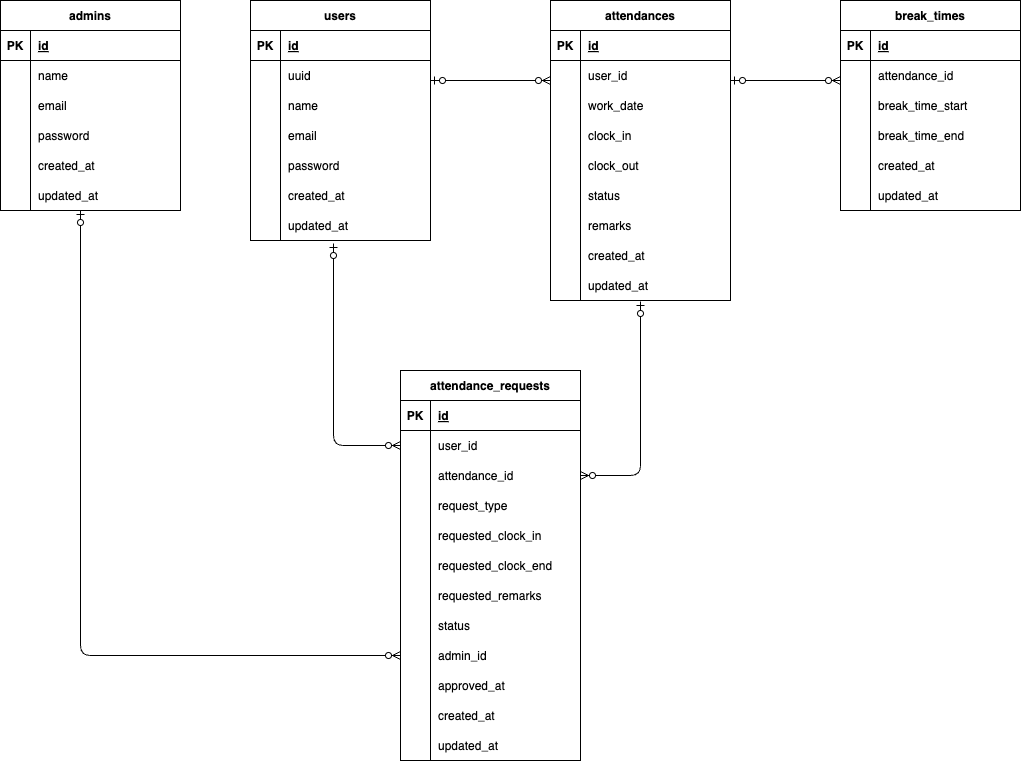
Above: .drawio.png in Koharu5810/time-log (draw.io), before the change. Source tidied: cells renumbered, new cells last; positions are measured from the earlier drawing's top-left corner, leaving out a move shared by most shapes.
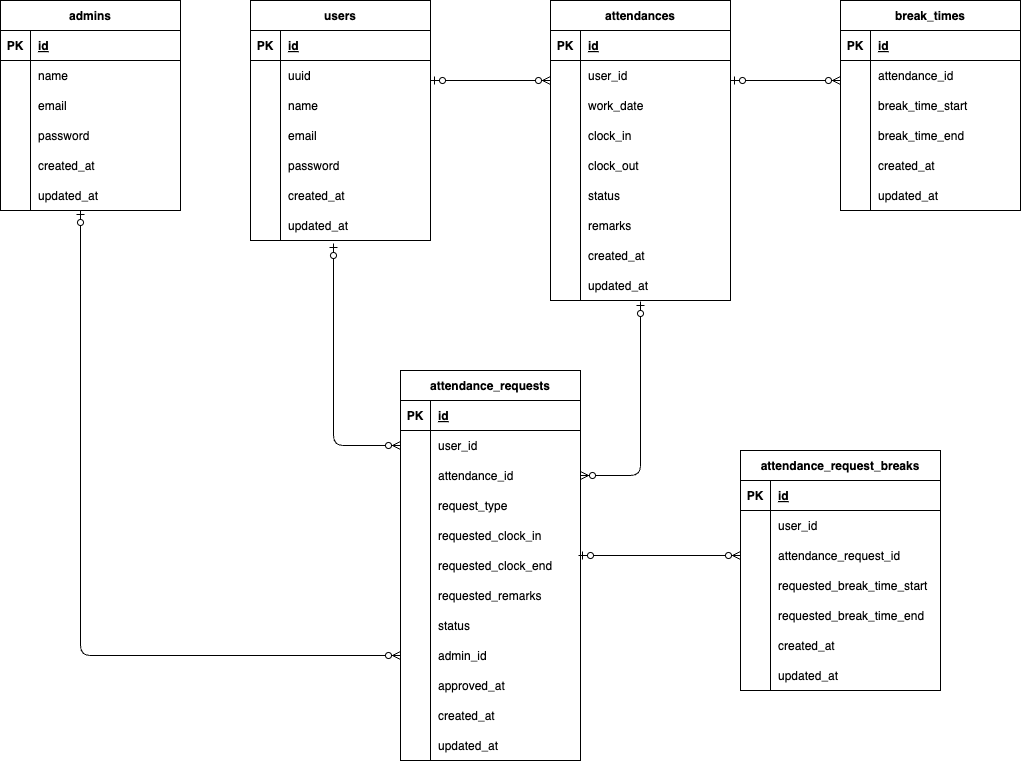
After the commit.

Change to the diagram source:
```diff
@@ -411,5 +411,76 @@
         </Array>
       </mxGeometry>
     </mxCell>
+    <mxCell id="132" value="attendance_request_breaks" style="shape=table;startSize=30;rowLines=0;fontStyle=1;align=center;" parent="1" vertex="1">
+      <mxGeometry x="740" y="450" width="200" height="240" as="geometry" />
+    </mxCell>
+    <mxCell id="133" style="shape=tableRow;horizontal=0;startSize=0;swimlaneHead=0;swimlaneBody=0;fillColor=none;top=0;left=0;right=0;bottom=1;" parent="132" vertex="1">
+      <mxGeometry y="30" width="200" height="30" as="geometry" />
+    </mxCell>
+    <mxCell id="134" value="PK" style="shape=partialRectangle;fillColor=none;top=0;left=0;bottom=0;right=0;fontStyle=1;overflow=hidden;" parent="133" vertex="1">
+      <mxGeometry width="30" height="30" as="geometry" />
+    </mxCell>
+    <mxCell id="135" value="id" style="shape=partialRectangle;fillColor=none;top=0;left=0;bottom=0;right=0;align=left;spacingLeft=6;fontStyle=5;overflow=hidden;" parent="133" vertex="1">
+      <mxGeometry x="30" width="170" height="30" as="geometry" />
+    </mxCell>
+    <mxCell id="136" style="shape=tableRow;horizontal=0;startSize=0;swimlaneHead=0;swimlaneBody=0;fillColor=none;top=0;left=0;right=0;bottom=0;" parent="132" vertex="1">
+      <mxGeometry y="60" width="200" height="30" as="geometry" />
+    </mxCell>
+    <mxCell id="137" style="shape=partialRectangle;fillColor=none;top=0;left=0;bottom=0;right=0;overflow=hidden;" parent="136" vertex="1">
+      <mxGeometry width="30" height="30" as="geometry" />
+    </mxCell>
+    <mxCell id="138" value="user_id" style="shape=partialRectangle;fillColor=none;top=0;left=0;bottom=0;right=0;align=left;spacingLeft=6;overflow=hidden;" parent="136" vertex="1">
+      <mxGeometry x="30" width="170" height="30" as="geometry" />
+    </mxCell>
+    <mxCell id="139" style="shape=tableRow;horizontal=0;startSize=0;swimlaneHead=0;swimlaneBody=0;fillColor=none;points=[[0,0.5],[1,0.5]];portConstraint=eastwest;top=0;left=0;right=0;bottom=0;" parent="132" vertex="1">
+      <mxGeometry y="90" width="200" height="30" as="geometry" />
+    </mxCell>
+    <mxCell id="140" style="shape=partialRectangle;fillColor=none;top=0;left=0;bottom=0;right=0;overflow=hidden;" parent="139" vertex="1">
+      <mxGeometry width="30" height="30" as="geometry" />
+    </mxCell>
+    <mxCell id="141" value="attendance_request_id" style="shape=partialRectangle;fillColor=none;top=0;left=0;bottom=0;right=0;align=left;spacingLeft=6;overflow=hidden;" parent="139" vertex="1">
+      <mxGeometry x="30" width="170" height="30" as="geometry" />
+    </mxCell>
+    <mxCell id="142" style="shape=tableRow;horizontal=0;startSize=0;swimlaneHead=0;swimlaneBody=0;fillColor=none;top=0;left=0;right=0;bottom=0;" parent="132" vertex="1">
+      <mxGeometry y="120" width="200" height="30" as="geometry" />
+    </mxCell>
+    <mxCell id="143" style="shape=partialRectangle;fillColor=none;top=0;left=0;bottom=0;right=0;overflow=hidden;" parent="142" vertex="1">
+      <mxGeometry width="30" height="30" as="geometry" />
+    </mxCell>
+    <mxCell id="144" value="requested_break_time_start" style="shape=partialRectangle;fillColor=none;top=0;left=0;bottom=0;right=0;align=left;spacingLeft=6;overflow=hidden;" parent="142" vertex="1">
+      <mxGeometry x="30" width="170" height="30" as="geometry" />
+    </mxCell>
+    <mxCell id="145" style="shape=tableRow;horizontal=0;startSize=0;swimlaneHead=0;swimlaneBody=0;fillColor=none;top=0;left=0;right=0;bottom=0;" parent="132" vertex="1">
+      <mxGeometry y="150" width="200" height="30" as="geometry" />
+    </mxCell>
+    <mxCell id="146" style="shape=partialRectangle;fillColor=none;top=0;left=0;bottom=0;right=0;overflow=hidden;" parent="145" vertex="1">
+      <mxGeometry width="30" height="30" as="geometry" />
+    </mxCell>
+    <mxCell id="147" value="requested_break_time_end" style="shape=partialRectangle;fillColor=none;top=0;left=0;bottom=0;right=0;align=left;spacingLeft=6;overflow=hidden;" parent="145" vertex="1">
+      <mxGeometry x="30" width="170" height="30" as="geometry" />
+    </mxCell>
+    <mxCell id="148" style="shape=tableRow;horizontal=0;startSize=0;swimlaneHead=0;swimlaneBody=0;fillColor=none;top=0;left=0;right=0;bottom=0;" parent="132" vertex="1">
+      <mxGeometry y="180" width="200" height="30" as="geometry" />
+    </mxCell>
+    <mxCell id="149" style="shape=partialRectangle;fillColor=none;top=0;left=0;bottom=0;right=0;overflow=hidden;" parent="148" vertex="1">
+      <mxGeometry width="30" height="30" as="geometry" />
+    </mxCell>
+    <mxCell id="150" value="created_at" style="shape=partialRectangle;fillColor=none;top=0;left=0;bottom=0;right=0;align=left;spacingLeft=6;overflow=hidden;" parent="148" vertex="1">
+      <mxGeometry x="30" width="170" height="30" as="geometry" />
+    </mxCell>
+    <mxCell id="151" style="shape=tableRow;horizontal=0;startSize=0;swimlaneHead=0;swimlaneBody=0;fillColor=none;top=0;left=0;right=0;bottom=0;" parent="132" vertex="1">
+      <mxGeometry y="210" width="200" height="30" as="geometry" />
+    </mxCell>
+    <mxCell id="152" style="shape=partialRectangle;fillColor=none;top=0;left=0;bottom=0;right=0;overflow=hidden;" parent="151" vertex="1">
+      <mxGeometry width="30" height="30" as="geometry" />
+    </mxCell>
+    <mxCell id="153" value="updated_at" style="shape=partialRectangle;fillColor=none;top=0;left=0;bottom=0;right=0;align=left;spacingLeft=6;overflow=hidden;" parent="151" vertex="1">
+      <mxGeometry x="30" width="170" height="30" as="geometry" />
+    </mxCell>
+    <mxCell id="154" style="fontSize=12;html=1;endArrow=ERzeroToMany;startArrow=ERzeroToOne;entryX=0;entryY=0.5;entryDx=0;entryDy=0;" parent="1" edge="1" target="139">
+      <mxGeometry relative="1" as="geometry">
+        <mxPoint x="578" y="555" as="sourcePoint" />
+      </mxGeometry>
+    </mxCell>
   </root>
 </mxGraphModel>
```
